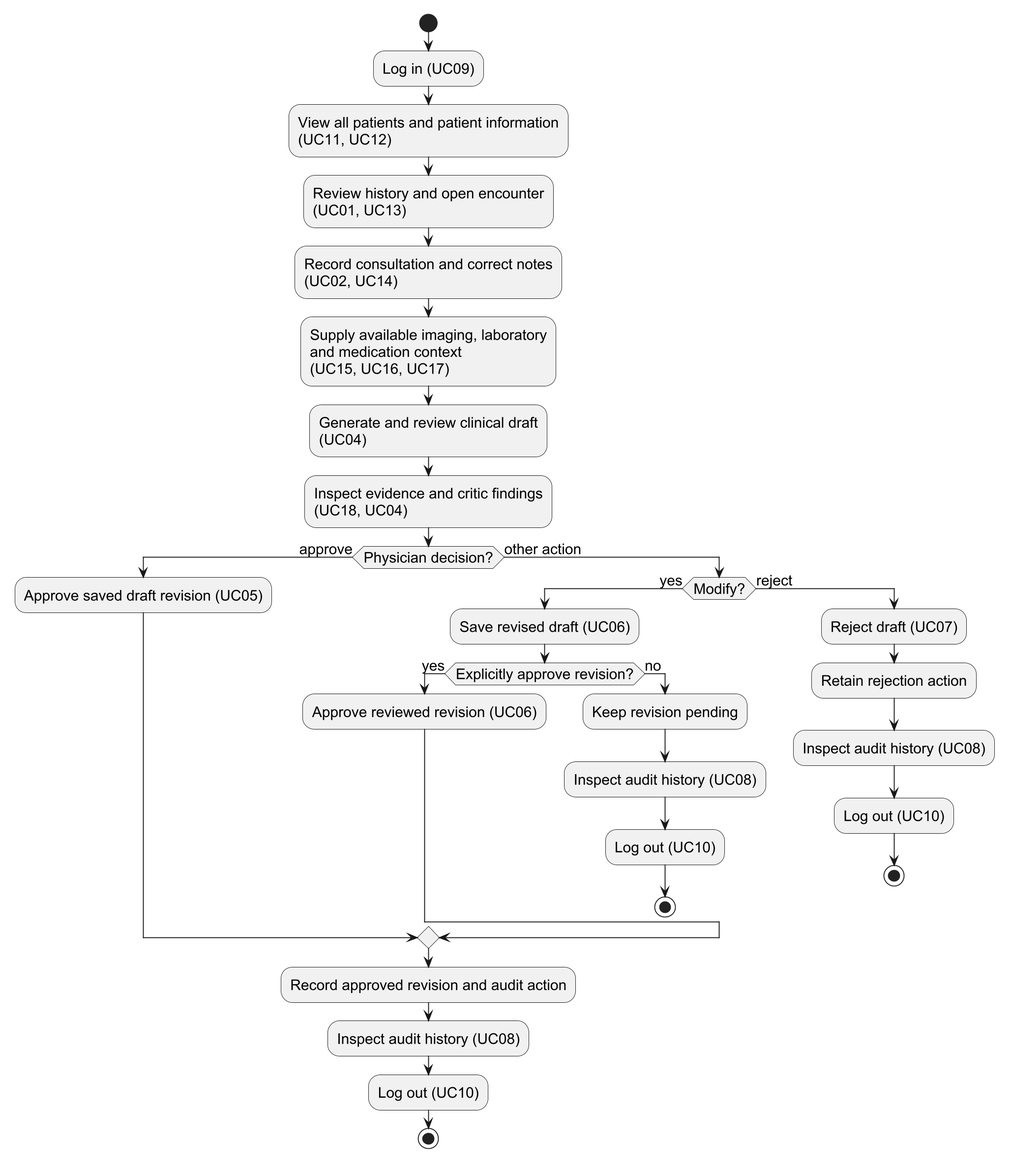
Kashaf-471/fyp-report keeps this PlantUML diagram as Report template/Figures/kashaf_D02_doctor_navigation.png. Above is the earlier version. The source it was exported from:
```plantuml
@startuml
skinparam backgroundColor white
skinparam shadowing false
skinparam dpi 180
skinparam defaultFontName Arial
skinparam defaultFontSize 16
start
:Log in (UC09);
:View all patients and patient information
(UC11, UC12);
:Review history and open encounter
(UC01, UC13);
:Record consultation and correct notes
(UC02, UC14);
:Supply available imaging, laboratory
and medication context
(UC15, UC16, UC17);
:Generate and review clinical draft
(UC04);
:Inspect evidence and critic findings
(UC18, UC04);
if (Physician decision?) then (approve)
 :Approve saved draft revision (UC05);
else (other action)
 if (Modify?) then (yes)
  :Save revised draft (UC06);
  if (Explicitly approve revision?) then (yes)
   :Approve reviewed revision (UC06);
  else (no)
   :Keep revision pending;
   :Inspect audit history (UC08);
   :Log out (UC10);
   stop
  endif
 else (reject)
  :Reject draft (UC07);
  :Retain rejection action;
  :Inspect audit history (UC08);
  :Log out (UC10);
  stop
 endif
endif
:Record approved revision and audit action;
:Inspect audit history (UC08);
:Log out (UC10);
stop
@enduml
```
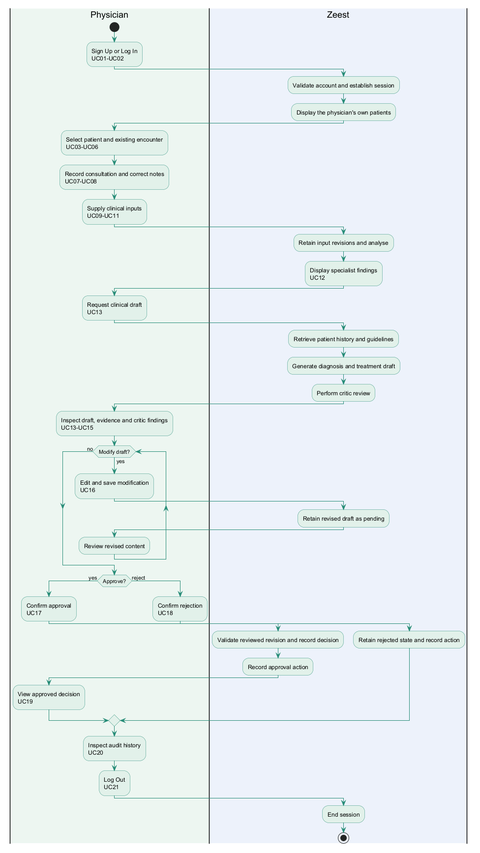
After the commit.

What changed in the source:
```diff
@@ -1,47 +1,66 @@
 @startuml
 skinparam backgroundColor white
 skinparam shadowing false
-skinparam dpi 180
-skinparam defaultFontName Arial
-skinparam defaultFontSize 16
+skinparam activityBackgroundColor #E2F1EA
+skinparam activityBorderColor #258B76
+skinparam ArrowColor #258B76
+|#EDF6F1|Physician|
 start
-:Log in (UC09);
-:View all patients and patient information
-(UC11, UC12);
-:Review history and open encounter
-(UC01, UC13);
+:Sign Up or Log In
+UC01-UC02;
+|#EDF2FB|Zeest|
+:Validate account and establish session;
+:Display the physician's own patients;
+|Physician|
+:Select patient and existing encounter
+UC03-UC06;
 :Record consultation and correct notes
-(UC02, UC14);
-:Supply available imaging, laboratory
-and medication context
-(UC15, UC16, UC17);
-:Generate and review clinical draft
-(UC04);
-:Inspect evidence and critic findings
-(UC18, UC04);
-if (Physician decision?) then (approve)
- :Approve saved draft revision (UC05);
-else (other action)
- if (Modify?) then (yes)
-  :Save revised draft (UC06);
-  if (Explicitly approve revision?) then (yes)
-   :Approve reviewed revision (UC06);
-  else (no)
-   :Keep revision pending;
-   :Inspect audit history (UC08);
-   :Log out (UC10);
-   stop
-  endif
- else (reject)
-  :Reject draft (UC07);
-  :Retain rejection action;
-  :Inspect audit history (UC08);
-  :Log out (UC10);
-  stop
- endif
+UC07-UC08;
+:Supply clinical inputs
+UC09-UC11;
+|Zeest|
+:Retain input revisions and analyse;
+:Display specialist findings
+UC12;
+|Physician|
+:Request clinical draft
+UC13;
+|Zeest|
+:Retrieve patient history and guidelines;
+:Generate diagnosis and treatment draft;
+:Perform critic review;
+|Physician|
+:Inspect draft, evidence and critic findings
+UC13-UC15;
+while (Modify draft?) is (yes)
+ :Edit and save modification
+UC16;
+ |Zeest|
+ :Retain revised draft as pending;
+ |Physician|
+ :Review revised content;
+endwhile (no)
+if (Approve?) then (yes)
+ :Confirm approval
+UC17;
+ |Zeest|
+ :Validate reviewed revision and record decision;
+ :Record approval action;
+ |Physician|
+ :View approved decision
+UC19;
+else (reject)
+ :Confirm rejection
+UC18;
+ |Zeest|
+ :Retain rejected state and record action;
 endif
-:Record approved revision and audit action;
-:Inspect audit history (UC08);
-:Log out (UC10);
+|Physician|
+:Inspect audit history
+UC20;
+:Log Out
+UC21;
+|Zeest|
+:End session;
 stop
 @enduml
```
